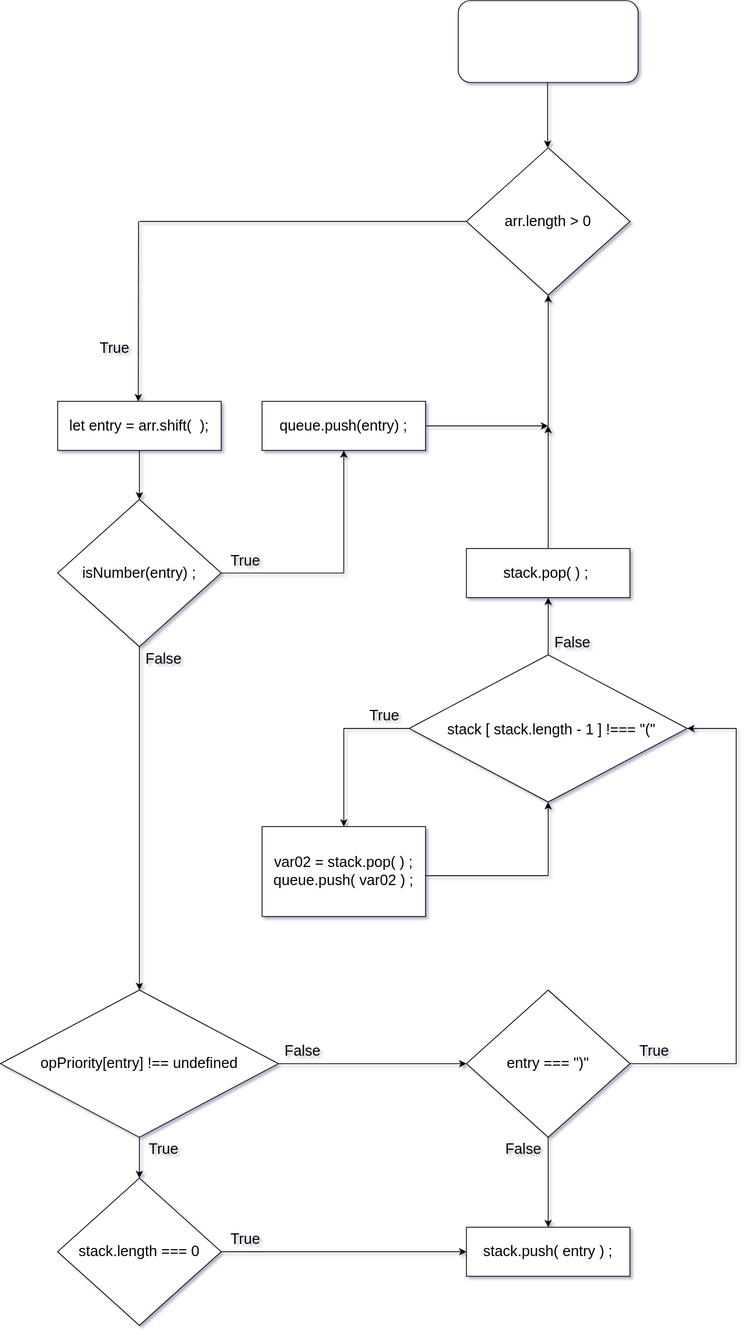
The draw.io diagram Untitled Diagram.drawio.svg in jcgm3205/jcgm3205, before a commit. Source tidied: cells renumbered, new cells last; positions are measured from the earlier drawing's top-left corner, leaving out a move shared by most shapes.
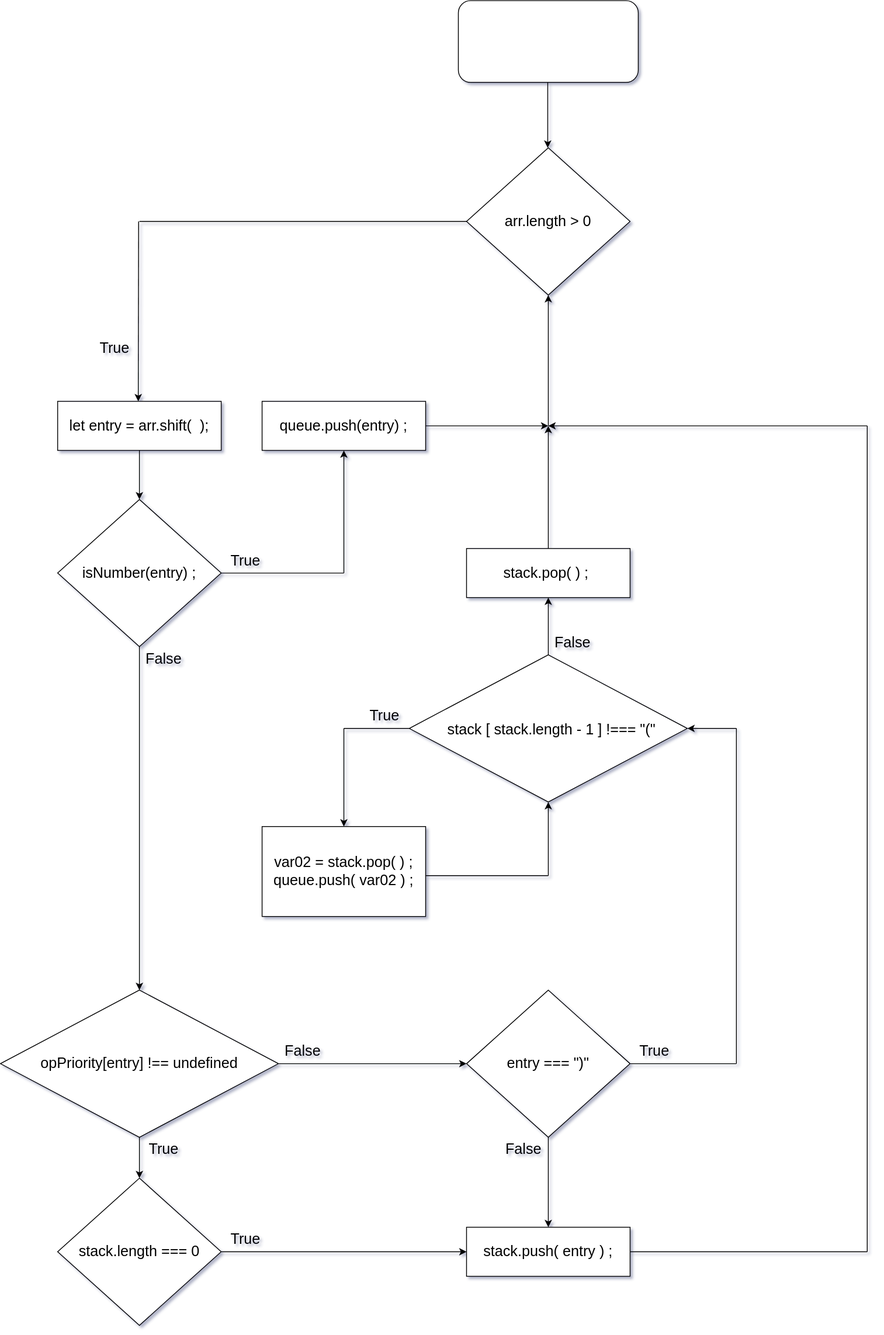
After the commit.

Change to the diagram source:
```diff
@@ -214,5 +214,22 @@
     <mxCell id="55" value="True" style="text;html=1;strokeColor=none;fillColor=none;align=center;verticalAlign=middle;whiteSpace=wrap;rounded=0;fontSize=18;" parent="1" vertex="1">
       <mxGeometry x="270" y="1500" width="60" height="30" as="geometry" />
     </mxCell>
+    <mxCell id="56" style="endArrow=none;html=1;rounded=0;fontSize=18;exitX=1;exitY=0.5;exitDx=0;exitDy=0;" parent="1" edge="1" source="50">
+      <mxGeometry relative="1" as="geometry">
+        <mxPoint x="1060" y="1530" as="targetPoint" />
+      </mxGeometry>
+    </mxCell>
+    <mxCell id="57" style="endArrow=none;html=1;rounded=0;fontSize=18;" parent="1" edge="1">
+      <mxGeometry relative="1" as="geometry">
+        <mxPoint x="1060" y="520" as="sourcePoint" />
+        <mxPoint x="1060" y="1530" as="targetPoint" />
+      </mxGeometry>
+    </mxCell>
+    <mxCell id="58" style="endArrow=classic;html=1;rounded=0;fontSize=18;" parent="1" edge="1">
+      <mxGeometry relative="1" as="geometry">
+        <mxPoint x="1060" y="520" as="sourcePoint" />
+        <mxPoint x="670" y="520" as="targetPoint" />
+      </mxGeometry>
+    </mxCell>
   </root>
 </mxGraphModel>
```
